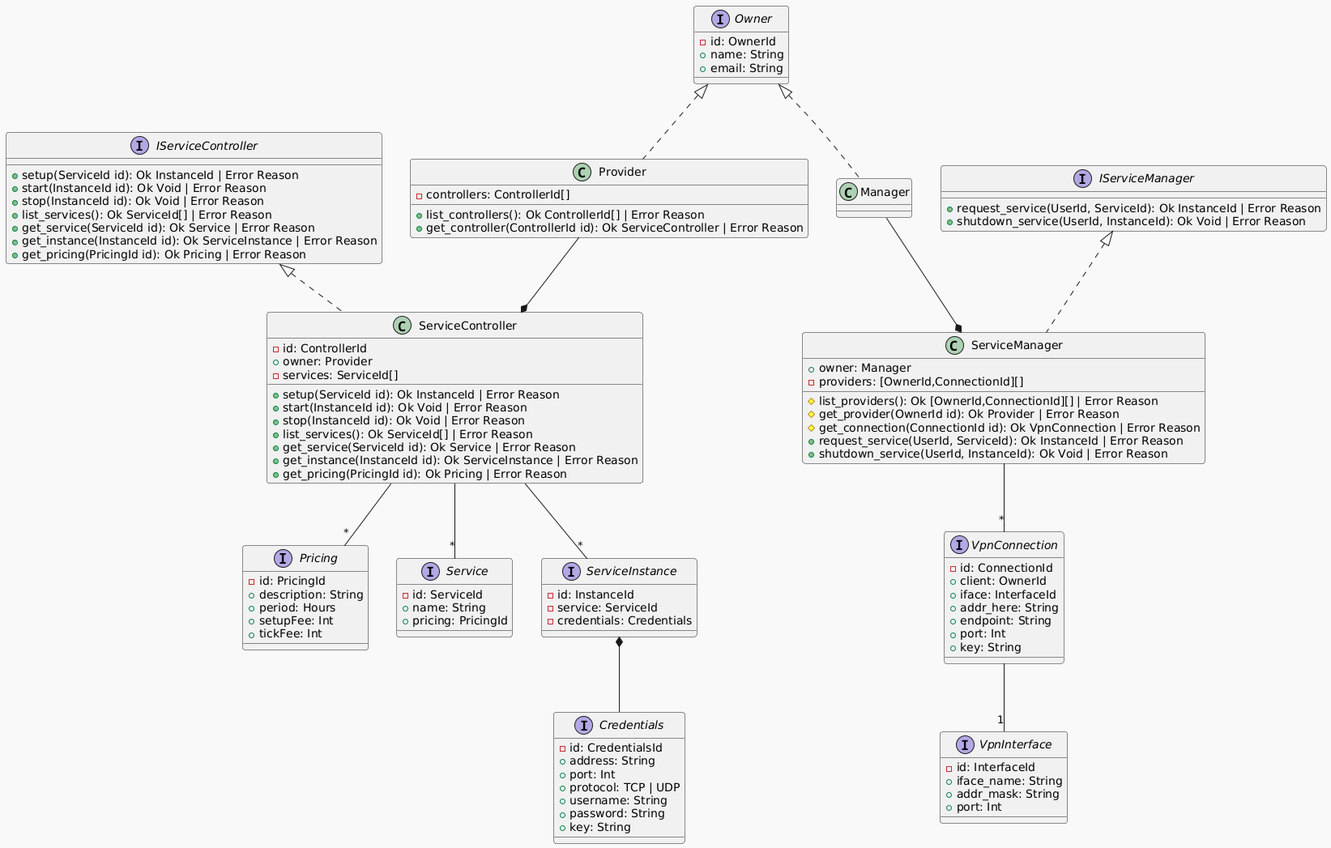
Above: doc/img/Iface-Service-Controller.png in Blockchain-Data-Analytics/BCA-Service-Tokenization (PlantUML), before the change.
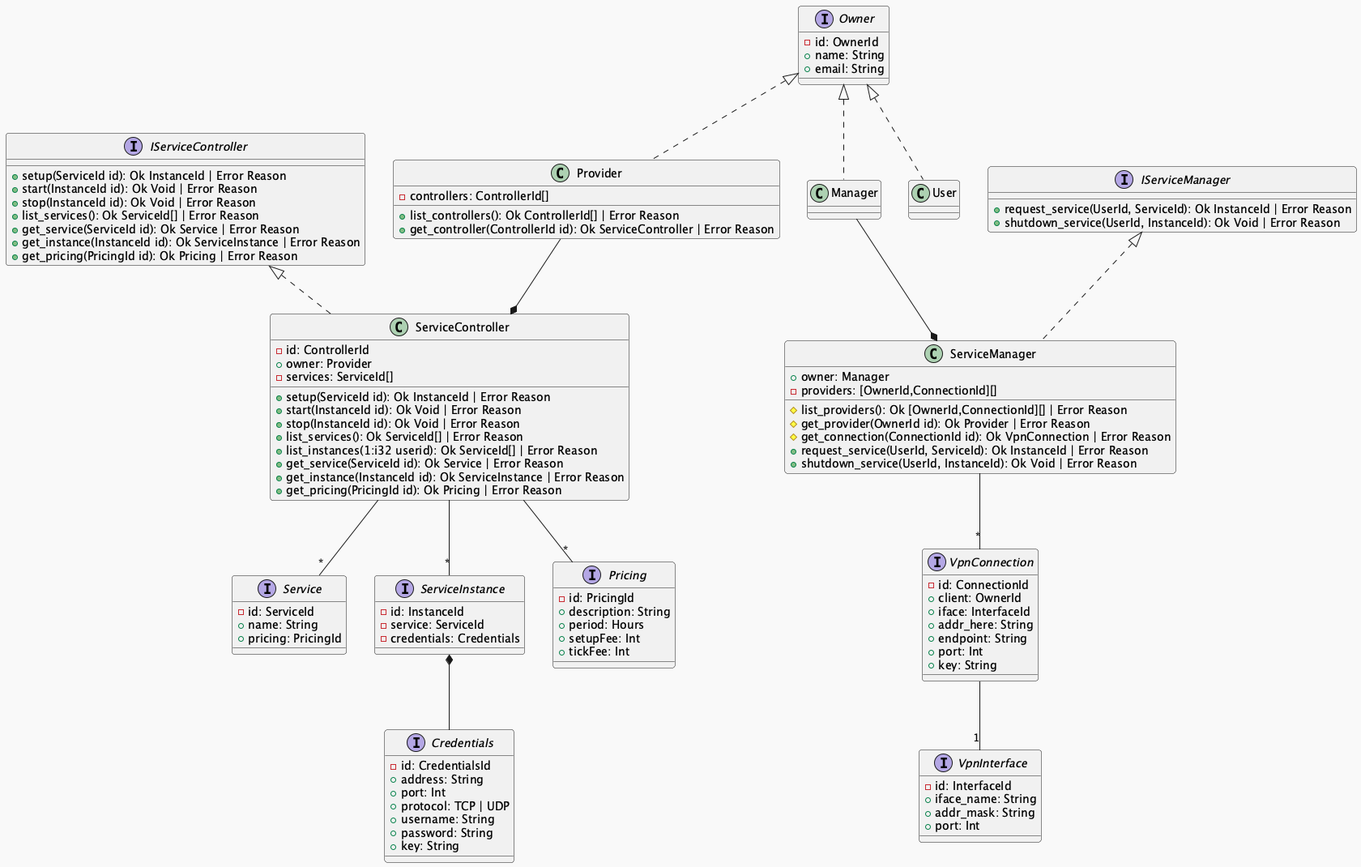
After the commit.

The edit, as a diff of the source:
```diff
@@ -55,6 +55,7 @@
     +start(InstanceId id): Ok Void | Error Reason
     +stop(InstanceId id): Ok Void | Error Reason
     +list_services(): Ok ServiceId[] | Error Reason
+    +list_instances(1:i32 userid): Ok ServiceId[] | Error Reason
     +get_service(ServiceId id): Ok Service | Error Reason
     +get_instance(InstanceId id): Ok ServiceInstance | Error Reason
     +get_pricing(PricingId id): Ok Pricing | Error Reason
@@ -77,6 +78,7 @@
 class ServiceManager implements IServiceManager
 class ServiceController implements IServiceController
 class Manager implements Owner
+class User implements Owner
 class Provider implements Owner {
     -controllers: ControllerId[]
     +list_controllers(): Ok ControllerId[] | Error Reason
```
